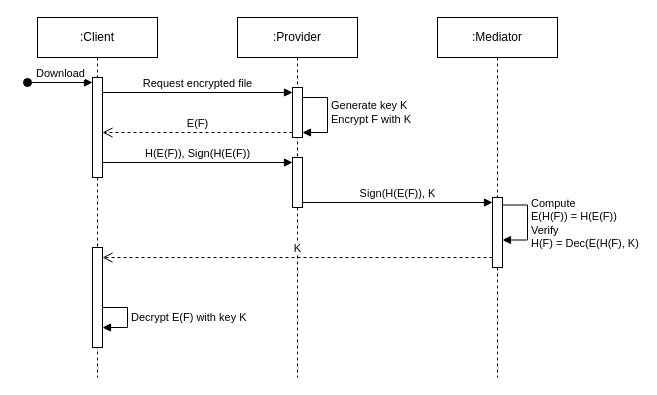
Above: docs/diagrams/fhe-pdpr-seq.drawio in titosilva/drmchain-pos (draw.io), before the change. Source tidied: cells renumbered, new cells numbered last; positions are measured from the earlier drawing's top-left corner, leaving out a move shared by most shapes. Both pictures are drawn from the tidied source at 100%, with x=0, y=0 at pixel (27, 17).
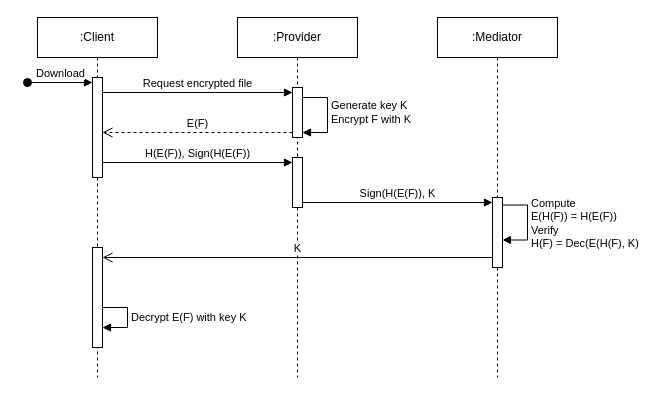
Above is the later version.

The edit, as a diff of the source:
```diff
@@
-    <mxCell id="18" value="K" style="html=1;verticalAlign=bottom;endArrow=open;dashed=1;endSize=8;curved=0;rounded=0;exitX=0;exitY=1;exitDx=0;exitDy=-5;" parent="1" edge="1">
+    <mxCell id="18" value="K" style="html=1;verticalAlign=bottom;endArrow=open;endSize=8;curved=0;rounded=0;exitX=0;exitY=1;exitDx=0;exitDy=-5;" parent="1" edge="1">
       <mxGeometry relative="1" as="geometry">
         <mxPoint x="465" y="240" as="sourcePoint" />
         <mxPoint x="75" y="240" as="targetPoint" />
       </mxGeometry>
     </mxCell>
```
